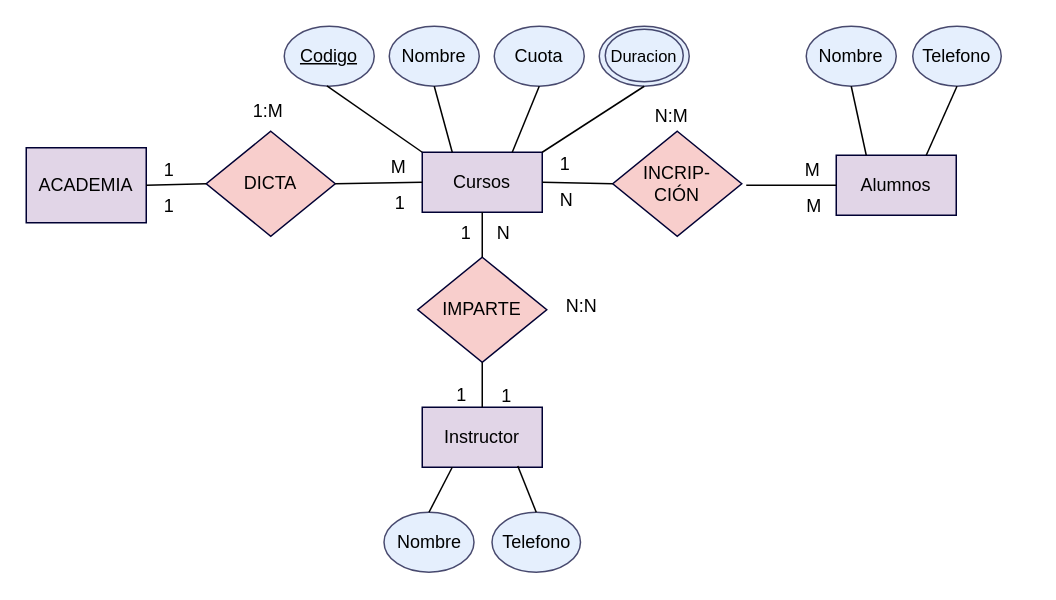
jesicaacosta/PracticasAutocadMedios1 keeps this draw.io diagram as EntidadRelacion.drawio. Above is the earlier version. Source tidied: cells renumbered, new cells numbered last; positions are measured from the earlier drawing's top-left corner, leaving out a move shared by most shapes. Both pictures are drawn from the tidied source at 150%, with x=0, y=0 at pixel (26, 26).
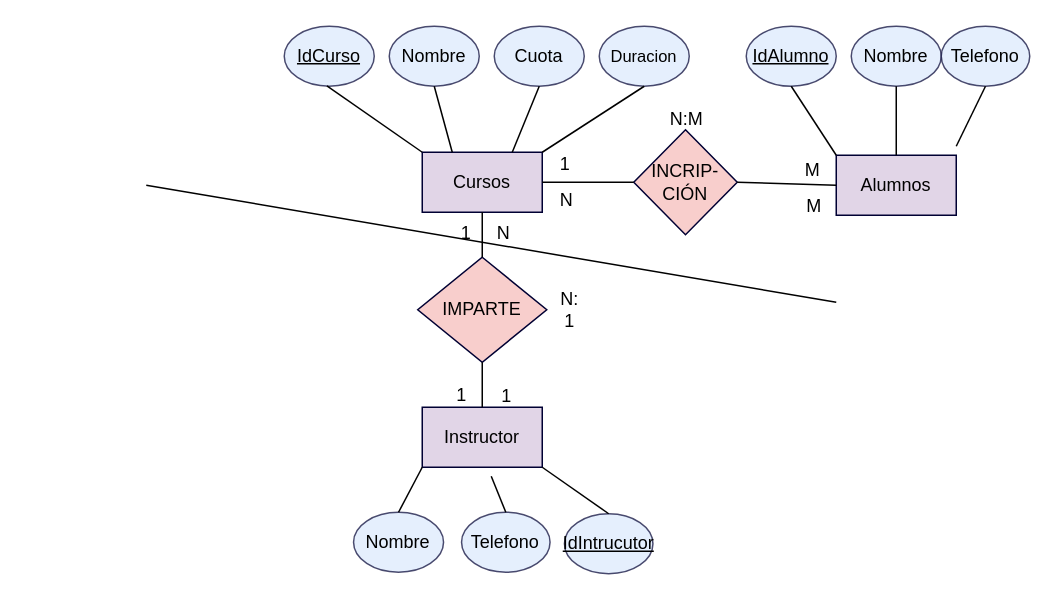
The same page after the edit.

Unchanged cells that the change refers to:
```xml
<mxCell id="5" value="Cursos" style="rounded=0;whiteSpace=wrap;html=1;fillColor=#e1d5e7;strokeColor=#000033;" parent="1" vertex="1">
  <mxGeometry x="264" y="84" width="80" height="40" as="geometry" />
</mxCell>
<mxCell id="10" value="Instructor" style="rounded=0;whiteSpace=wrap;html=1;fillColor=#e1d5e7;strokeColor=#000033;" parent="1" vertex="1">
  <mxGeometry x="264" y="254" width="80" height="40" as="geometry" />
</mxCell>
<mxCell id="13" value="Alumnos" style="rounded=0;whiteSpace=wrap;html=1;fillColor=#e1d5e7;strokeColor=#000033;" parent="1" vertex="1">
  <mxGeometry x="540" y="86" width="80" height="40" as="geometry" />
</mxCell>
```

Diff of the diagram source:
```diff
@@
-    <mxCell id="3" style="ellipse;whiteSpace=wrap;html=1;fillColor=none;strokeColor=#000033;fillStyle=auto;opacity=70;" parent="1" vertex="1">
-      <mxGeometry x="386" y="2" width="52" height="35" as="geometry" />
-    </mxCell>
-    <mxCell id="4" value="ACADEMIA" style="rounded=0;whiteSpace=wrap;html=1;fillColor=#e1d5e7;strokeColor=#000033;" parent="1" vertex="1">
-      <mxGeometry y="81" width="80" height="50" as="geometry" />
-    </mxCell>
@@
-    <mxCell id="6" value="&lt;u&gt;Codigo&lt;/u&gt;" style="ellipse;whiteSpace=wrap;html=1;fillColor=#dae8fc;strokeColor=#000033;fillStyle=auto;opacity=70;" parent="1" vertex="1">
+    <mxCell id="6" value="&lt;u&gt;IdCurso&lt;/u&gt;" style="ellipse;whiteSpace=wrap;html=1;fillColor=#dae8fc;strokeColor=#000033;fillStyle=auto;opacity=70;" parent="1" vertex="1">
       <mxGeometry x="172" width="60" height="40" as="geometry" />
     </mxCell>
@@
     <mxCell id="11" value="Nombre" style="ellipse;whiteSpace=wrap;html=1;fillColor=#dae8fc;strokeColor=#000033;fillStyle=auto;opacity=70;" parent="1" vertex="1">
-      <mxGeometry x="238.5" y="324" width="60" height="40" as="geometry" />
+      <mxGeometry x="218.2" y="324" width="60" height="40" as="geometry" />
     </mxCell>
     <mxCell id="12" value="Telefono" style="ellipse;whiteSpace=wrap;html=1;fillColor=#dae8fc;strokeColor=#000033;fillStyle=auto;opacity=70;" parent="1" vertex="1">
-      <mxGeometry x="310.5" y="324" width="59" height="40" as="geometry" />
+      <mxGeometry x="290.2" y="324" width="59" height="40" as="geometry" />
     </mxCell>
@@
     <mxCell id="14" value="Nombre" style="ellipse;whiteSpace=wrap;html=1;fillColor=#dae8fc;strokeColor=#000033;fillStyle=auto;opacity=70;" parent="1" vertex="1">
-      <mxGeometry x="520" width="60" height="40" as="geometry" />
+      <mxGeometry x="550" width="60" height="40" as="geometry" />
     </mxCell>
     <mxCell id="15" value="Telefono" style="ellipse;whiteSpace=wrap;html=1;fillColor=#dae8fc;strokeColor=#000033;fillStyle=auto;opacity=70;" parent="1" vertex="1">
-      <mxGeometry x="591" width="59" height="40" as="geometry" />
+      <mxGeometry x="610" width="59" height="40" as="geometry" />
     </mxCell>
     <mxCell id="16" value="INCRIP-&lt;div&gt;CIÓN&lt;/div&gt;" style="rhombus;whiteSpace=wrap;html=1;fillColor=#f8cecc;strokeColor=#000033;" parent="1" vertex="1">
-      <mxGeometry x="391" y="70" width="86" height="70" as="geometry" />
+      <mxGeometry x="405" y="69" width="69" height="70" as="geometry" />
     </mxCell>
-    <mxCell id="17" value="DICTA" style="rhombus;whiteSpace=wrap;html=1;fillColor=#f8cecc;strokeColor=#000033;" parent="1" vertex="1">
-      <mxGeometry x="120" y="70" width="86" height="70" as="geometry" />
-    </mxCell>
-    <mxCell id="18" style="endArrow=none;html=1;rounded=0;exitX=1;exitY=0.5;exitDx=0;exitDy=0;entryX=0;entryY=0.5;entryDx=0;entryDy=0;" parent="1" edge="1" source="4" target="17">
-      <mxGeometry relative="1" as="geometry" />
+    <mxCell id="18" style="endArrow=none;html=1;rounded=0;exitX=1;exitY=0.5;exitDx=0;exitDy=0;entryX=0;entryY=0.5;entryDx=0;entryDy=0;" parent="1" edge="1">
+      <mxGeometry relative="1" as="geometry">
+        <mxPoint x="80" y="106" as="sourcePoint" />
+        <mxPoint x="540" y="184" as="targetPoint" />
+      </mxGeometry>
     </mxCell>
-    <mxCell id="19" style="endArrow=none;html=1;rounded=0;exitX=1;exitY=0.5;exitDx=0;exitDy=0;entryX=0;entryY=0.5;entryDx=0;entryDy=0;" parent="1" edge="1" source="17" target="5">
-      <mxGeometry relative="1" as="geometry" />
-    </mxCell>
@@
-    <mxCell id="27" style="endArrow=none;html=1;rounded=0;entryX=0.25;entryY=1;entryDx=0;entryDy=0;exitX=0.5;exitY=0;exitDx=0;exitDy=0;" parent="1" edge="1" source="11" target="10">
+    <mxCell id="27" style="endArrow=none;html=1;rounded=0;entryX=0;entryY=1;entryDx=0;entryDy=0;exitX=0.5;exitY=0;exitDx=0;exitDy=0;" parent="1" edge="1" source="11" target="10">
       <mxGeometry relative="1" as="geometry" />
     </mxCell>
-    <mxCell id="28" style="endArrow=none;html=1;rounded=0;entryX=0.796;entryY=0.979;entryDx=0;entryDy=0;exitX=0.5;exitY=0;exitDx=0;exitDy=0;entryPerimeter=0;" parent="1" edge="1" source="12" target="10">
-      <mxGeometry relative="1" as="geometry" />
+    <mxCell id="28" style="endArrow=none;html=1;rounded=0;exitX=0.5;exitY=0;exitDx=0;exitDy=0;" parent="1" edge="1" source="12">
+      <mxGeometry relative="1" as="geometry">
+        <mxPoint x="310" y="300" as="targetPoint" />
+      </mxGeometry>
     </mxCell>
-    <mxCell id="29" style="endArrow=none;html=1;rounded=0;entryX=0;entryY=0.5;entryDx=0;entryDy=0;" parent="1" edge="1" target="13">
-      <mxGeometry relative="1" as="geometry">
-        <mxPoint x="480" y="106" as="sourcePoint" />
-      </mxGeometry>
+    <mxCell id="29" style="endArrow=none;html=1;rounded=0;entryX=0;entryY=0.5;entryDx=0;entryDy=0;exitX=1;exitY=0.5;exitDx=0;exitDy=0;" parent="1" edge="1" source="16" target="13">
+      <mxGeometry relative="1" as="geometry" />
     </mxCell>
-    <mxCell id="30" style="endArrow=none;html=1;rounded=0;entryX=0.25;entryY=0;entryDx=0;entryDy=0;exitX=0.5;exitY=1;exitDx=0;exitDy=0;" parent="1" edge="1" source="14" target="13">
+    <mxCell id="30" style="endArrow=none;html=1;rounded=0;entryX=0.5;entryY=0;entryDx=0;entryDy=0;exitX=0.5;exitY=1;exitDx=0;exitDy=0;" parent="1" edge="1" source="14" target="13">
       <mxGeometry relative="1" as="geometry" />
     </mxCell>
-    <mxCell id="31" style="endArrow=none;html=1;rounded=0;entryX=0.5;entryY=1;entryDx=0;entryDy=0;exitX=0.75;exitY=0;exitDx=0;exitDy=0;" parent="1" edge="1" source="13" target="15">
-      <mxGeometry relative="1" as="geometry" />
+    <mxCell id="31" style="endArrow=none;html=1;rounded=0;entryX=0.5;entryY=1;entryDx=0;entryDy=0;" parent="1" edge="1" target="15">
+      <mxGeometry relative="1" as="geometry">
+        <mxPoint x="620" y="80" as="sourcePoint" />
+      </mxGeometry>
     </mxCell>
-    <mxCell id="32" value="1" style="text;html=1;align=center;verticalAlign=middle;strokeColor=none;fillColor=none;" parent="1" vertex="1">
-      <mxGeometry x="80" y="81" width="30" height="30" as="geometry" />
-    </mxCell>
-    <mxCell id="33" value="M" style="text;html=1;align=center;verticalAlign=middle;strokeColor=none;fillColor=none;" parent="1" vertex="1">
-      <mxGeometry x="233" y="79" width="30" height="30" as="geometry" />
-    </mxCell>
-    <mxCell id="34" value="1" style="text;html=1;align=center;verticalAlign=middle;strokeColor=none;fillColor=none;" parent="1" vertex="1">
-      <mxGeometry x="234" y="103" width="30" height="30" as="geometry" />
-    </mxCell>
-    <mxCell id="35" value="1" style="text;html=1;align=center;verticalAlign=middle;strokeColor=none;fillColor=none;" parent="1" vertex="1">
-      <mxGeometry x="80" y="105" width="30" height="30" as="geometry" />
-    </mxCell>
-    <mxCell id="36" value="1:M" style="text;html=1;align=center;verticalAlign=middle;strokeColor=none;fillColor=none;" parent="1" vertex="1">
-      <mxGeometry x="141" y="42" width="40" height="30" as="geometry" />
-    </mxCell>
@@
     <mxCell id="41" value="N:M" style="text;html=1;align=center;verticalAlign=middle;strokeColor=none;fillColor=none;" parent="1" vertex="1">
-      <mxGeometry x="405" y="45" width="50" height="30" as="geometry" />
+      <mxGeometry x="414.5" y="47" width="50" height="30" as="geometry" />
     </mxCell>
@@
-    <mxCell id="46" value="N:N" style="text;html=1;align=center;verticalAlign=middle;strokeColor=none;fillColor=none;" parent="1" vertex="1">
-      <mxGeometry x="350" y="172" width="40" height="30" as="geometry" />
+    <mxCell id="46" value="N:&lt;div&gt;1&lt;/div&gt;" style="text;html=1;align=center;verticalAlign=middle;strokeColor=none;fillColor=none;" parent="1" vertex="1">
+      <mxGeometry x="342" y="169" width="40" height="40" as="geometry" />
     </mxCell>
+    <mxCell id="47" value="&lt;u&gt;IdIntrucutor&lt;/u&gt;" style="ellipse;whiteSpace=wrap;html=1;fillColor=#dae8fc;strokeColor=#000033;fillStyle=auto;opacity=70;" parent="1" vertex="1">
+      <mxGeometry x="358.8" y="325" width="59" height="40" as="geometry" />
+    </mxCell>
+    <mxCell id="48" style="endArrow=none;html=1;rounded=0;entryX=1;entryY=1;entryDx=0;entryDy=0;exitX=0.5;exitY=0;exitDx=0;exitDy=0;" parent="1" edge="1" source="47" target="10">
+      <mxGeometry relative="1" as="geometry" />
+    </mxCell>
+    <mxCell id="49" value="&lt;u&gt;IdAlumno&lt;/u&gt;" style="ellipse;whiteSpace=wrap;html=1;fillColor=#dae8fc;strokeColor=#000033;fillStyle=auto;opacity=70;" parent="1" vertex="1">
+      <mxGeometry x="480" width="60" height="40" as="geometry" />
+    </mxCell>
+    <mxCell id="50" style="endArrow=none;html=1;rounded=0;entryX=0.25;entryY=0;entryDx=0;entryDy=0;exitX=0.5;exitY=1;exitDx=0;exitDy=0;" parent="1" edge="1" source="49">
+      <mxGeometry relative="1" as="geometry">
+        <mxPoint x="540" y="86" as="targetPoint" />
+      </mxGeometry>
+    </mxCell>
```
